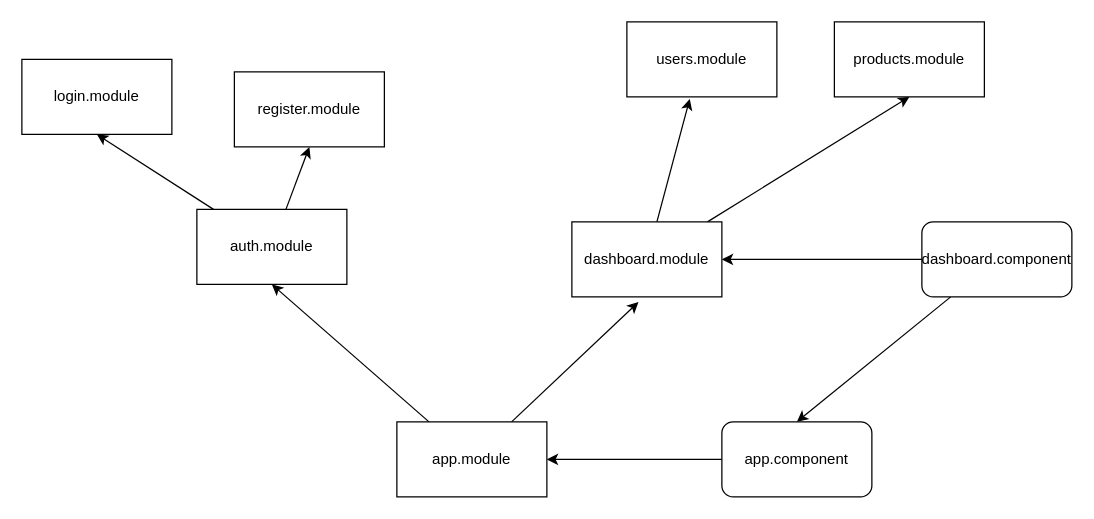
Above: docs/project.drawio in josuedeveloper15/pf-baez-53200 (draw.io), before the change. Source tidied: cells renumbered, new cells numbered last; positions are measured from the earlier drawing's top-left corner, leaving out a move shared by most shapes. Both pictures are drawn from the tidied source at 125%, with x=0, y=0 at pixel (21, 21).
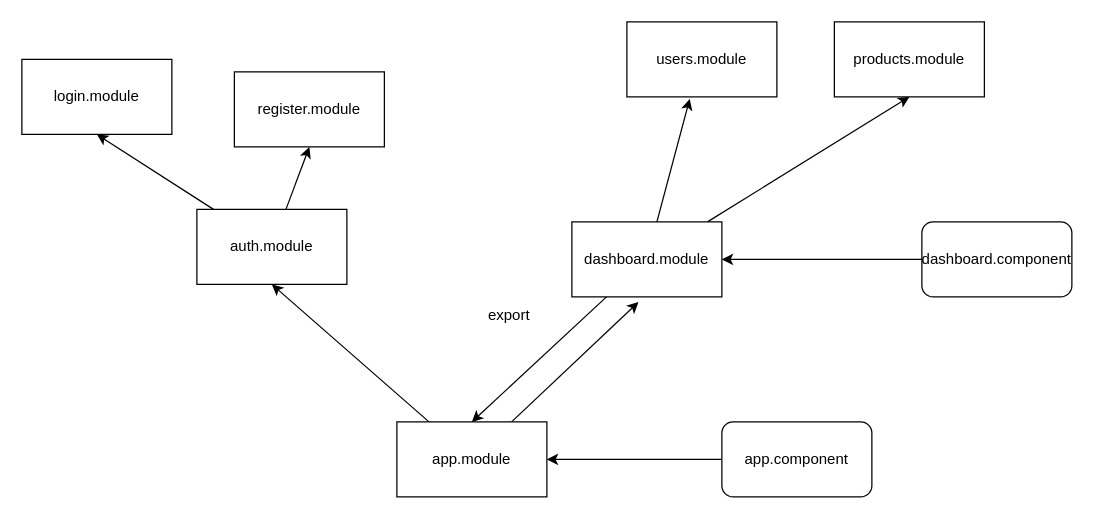
The same diagram, later.

Unchanged cells that the change refers to:
```xml
<mxCell id="4" value="app.module" style="rounded=0;whiteSpace=wrap;html=1;" parent="1" vertex="1">
  <mxGeometry x="300" y="320" width="120" height="60" as="geometry" />
</mxCell>
<mxCell id="7" value="dashboard.module" style="rounded=0;whiteSpace=wrap;html=1;" parent="1" vertex="1">
  <mxGeometry x="440" y="160" width="120" height="60" as="geometry" />
</mxCell>
<mxCell id="17" value="dashboard.component" style="rounded=1;whiteSpace=wrap;html=1;" parent="1" vertex="1">
  <mxGeometry x="720" y="160" width="120" height="60" as="geometry" />
</mxCell>
<mxCell id="19" value="app.component" style="rounded=1;whiteSpace=wrap;html=1;" parent="1" vertex="1">
  <mxGeometry x="560" y="320" width="120" height="60" as="geometry" />
</mxCell>
```

Diff of the diagram source:
```diff
@@
+    <mxCell id="20" style="edgeStyle=none;html=1;entryX=0.5;entryY=0;entryDx=0;entryDy=0;" parent="1" edge="1" source="7" target="4">
+      <mxGeometry relative="1" as="geometry" />
+    </mxCell>
@@
-    <mxCell id="16" style="edgeStyle=none;html=1;entryX=0.5;entryY=0;entryDx=0;entryDy=0;" parent="1" edge="1" source="17" target="19">
-      <mxGeometry relative="1" as="geometry" />
-    </mxCell>
@@
+    <mxCell id="21" value="export" style="text;html=1;strokeColor=none;fillColor=none;align=center;verticalAlign=middle;whiteSpace=wrap;rounded=0;" parent="1" vertex="1">
+      <mxGeometry x="360" y="220" width="60" height="30" as="geometry" />
+    </mxCell>
```
